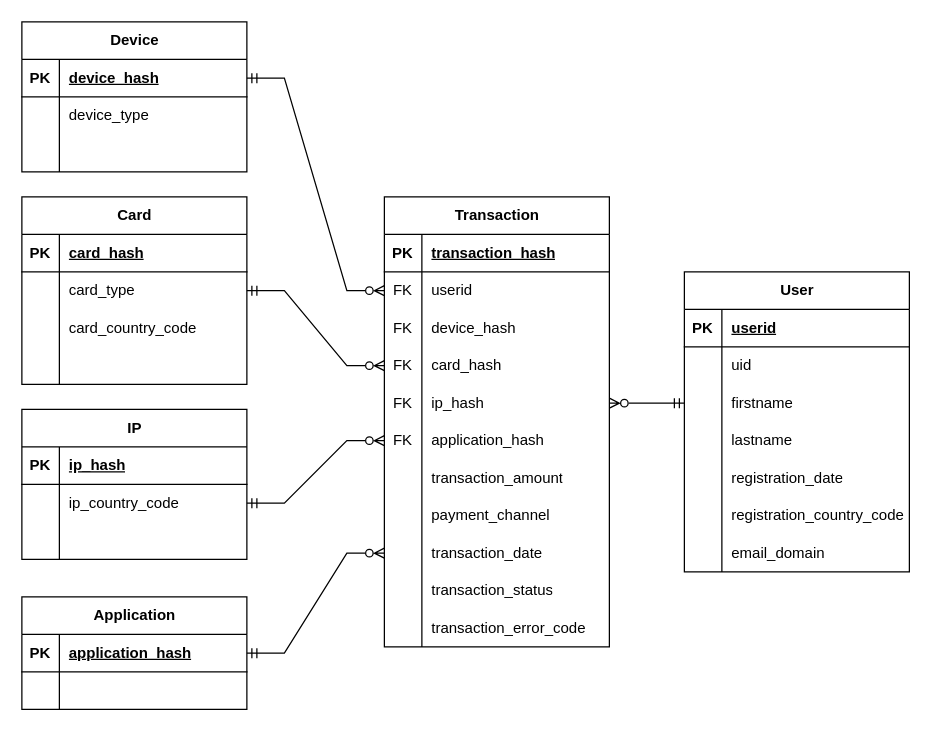
The draw.io diagram doc/entity_relationship_diagram.drawio in oislen/RandomDataGeneration, before the edit. Source tidied: cells renumbered, new cells numbered last; positions are measured from the earlier drawing's top-left corner, leaving out a move shared by most shapes. Both pictures are drawn from the tidied source at 125%, with x=0, y=0 at pixel (21, 21).
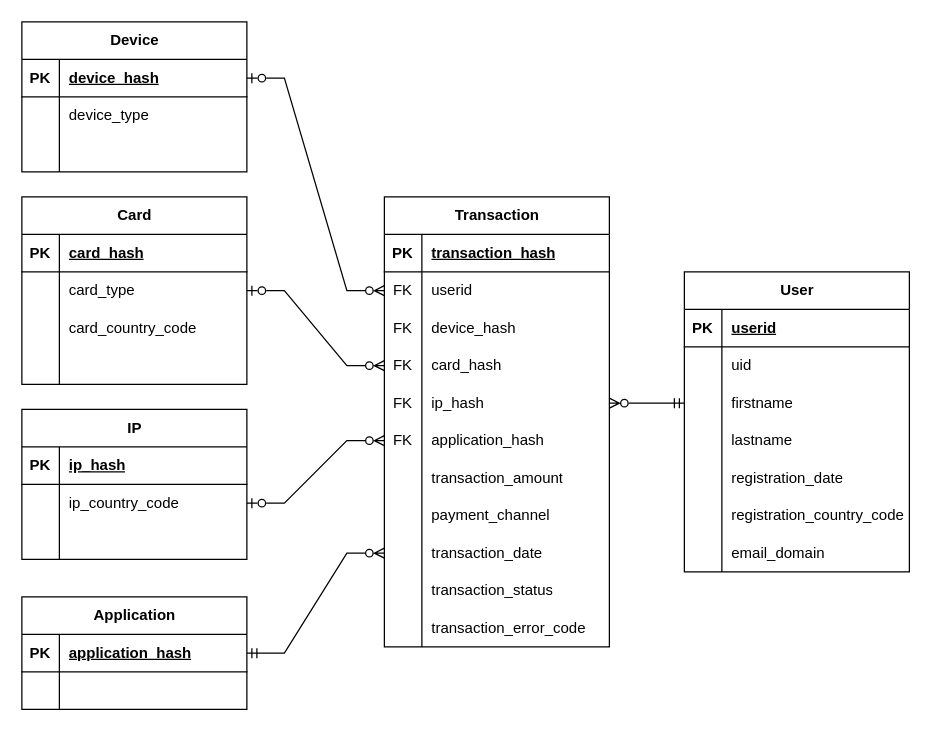
Above is the later version.

Unchanged cells that the change refers to:
```xml
<mxCell id="7" style="shape=tableRow;horizontal=0;startSize=0;swimlaneHead=0;swimlaneBody=0;fillColor=none;points=[[0,0.5],[1,0.5]];portConstraint=eastwest;top=0;left=0;right=0;bottom=1;" parent="6" vertex="1">
  <mxGeometry y="30" width="180" height="30" as="geometry" />
</mxCell>
<mxCell id="20" style="shape=tableRow;horizontal=0;startSize=0;swimlaneHead=0;swimlaneBody=0;fillColor=none;points=[[0,0.5],[1,0.5]];portConstraint=eastwest;top=0;left=0;right=0;bottom=0;" parent="16" vertex="1">
  <mxGeometry y="60" width="180" height="30" as="geometry" />
</mxCell>
<mxCell id="33" style="shape=tableRow;horizontal=0;startSize=0;swimlaneHead=0;swimlaneBody=0;fillColor=none;points=[[0,0.5],[1,0.5]];portConstraint=eastwest;top=0;left=0;right=0;bottom=0;" parent="29" vertex="1">
  <mxGeometry y="60" width="180" height="30" as="geometry" />
</mxCell>
<mxCell id="50" style="shape=tableRow;horizontal=0;startSize=0;swimlaneHead=0;swimlaneBody=0;fillColor=none;points=[[0,0.5],[1,0.5]];portConstraint=eastwest;top=0;left=0;right=0;bottom=0;" parent="46" vertex="1">
  <mxGeometry y="60" width="180" height="30" as="geometry" />
</mxCell>
<mxCell id="56" style="shape=tableRow;horizontal=0;startSize=0;swimlaneHead=0;swimlaneBody=0;fillColor=none;points=[[0,0.5],[1,0.5]];portConstraint=eastwest;top=0;left=0;right=0;bottom=0;" parent="46" vertex="1">
  <mxGeometry y="120" width="180" height="30" as="geometry" />
</mxCell>
<mxCell id="62" style="shape=tableRow;horizontal=0;startSize=0;swimlaneHead=0;swimlaneBody=0;fillColor=none;points=[[0,0.5],[1,0.5]];portConstraint=eastwest;top=0;left=0;right=0;bottom=0;" parent="46" vertex="1">
  <mxGeometry y="180" width="180" height="30" as="geometry" />
</mxCell>
```

Diff of the diagram source:
```diff
@@
-    <mxCell id="2" style="edgeStyle=entityRelationEdgeStyle;fontSize=12;html=1;endArrow=ERzeroToMany;startArrow=ERmandOne;rounded=0;exitX=1;exitY=0.5;exitDx=0;exitDy=0;entryX=0;entryY=0.5;entryDx=0;entryDy=0;endFill=0;" parent="1" edge="1" source="7" target="50">
+    <mxCell id="2" style="edgeStyle=entityRelationEdgeStyle;fontSize=12;html=1;endArrow=ERzeroToMany;startArrow=ERzeroToOne;rounded=0;exitX=1;exitY=0.5;exitDx=0;exitDy=0;entryX=0;entryY=0.5;entryDx=0;entryDy=0;endFill=0;startFill=0;" parent="1" edge="1" source="7" target="50">
       <mxGeometry relative="1" as="geometry" />
     </mxCell>
-    <mxCell id="3" style="edgeStyle=entityRelationEdgeStyle;fontSize=12;html=1;endArrow=ERzeroToMany;startArrow=ERmandOne;rounded=0;exitX=1;exitY=0.5;exitDx=0;exitDy=0;entryX=0;entryY=0.5;entryDx=0;entryDy=0;endFill=0;" parent="1" edge="1" source="20" target="56">
+    <mxCell id="3" style="edgeStyle=entityRelationEdgeStyle;fontSize=12;html=1;endArrow=ERzeroToMany;startArrow=ERzeroToOne;rounded=0;exitX=1;exitY=0.5;exitDx=0;exitDy=0;entryX=0;entryY=0.5;entryDx=0;entryDy=0;endFill=0;startFill=0;" parent="1" edge="1" source="20" target="56">
       <mxGeometry relative="1" as="geometry" />
     </mxCell>
-    <mxCell id="4" style="edgeStyle=entityRelationEdgeStyle;fontSize=12;html=1;endArrow=ERzeroToMany;startArrow=ERmandOne;rounded=0;exitX=1;exitY=0.5;exitDx=0;exitDy=0;entryX=0;entryY=0.5;entryDx=0;entryDy=0;endFill=0;" parent="1" edge="1" source="33" target="62">
+    <mxCell id="4" style="edgeStyle=entityRelationEdgeStyle;fontSize=12;html=1;endArrow=ERzeroToMany;startArrow=ERzeroToOne;rounded=0;exitX=1;exitY=0.5;exitDx=0;exitDy=0;entryX=0;entryY=0.5;entryDx=0;entryDy=0;endFill=0;startFill=0;" parent="1" edge="1" source="33" target="62">
       <mxGeometry relative="1" as="geometry" />
     </mxCell>
```
